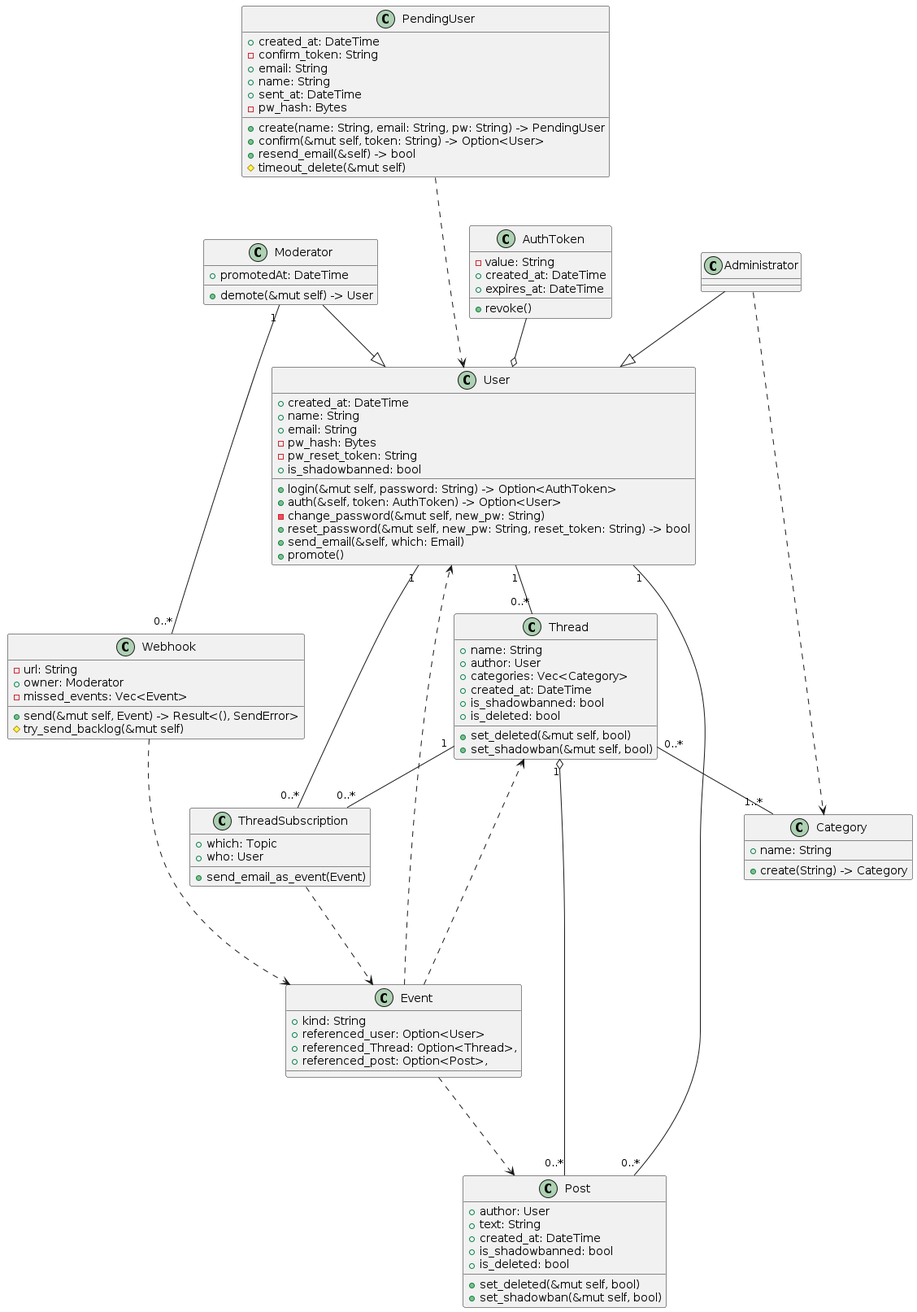
This is diagrams/db-classes.plantuml-rendered.png from danya02/rudn-year3-uml, a PlantUML export, as it was before one commit.
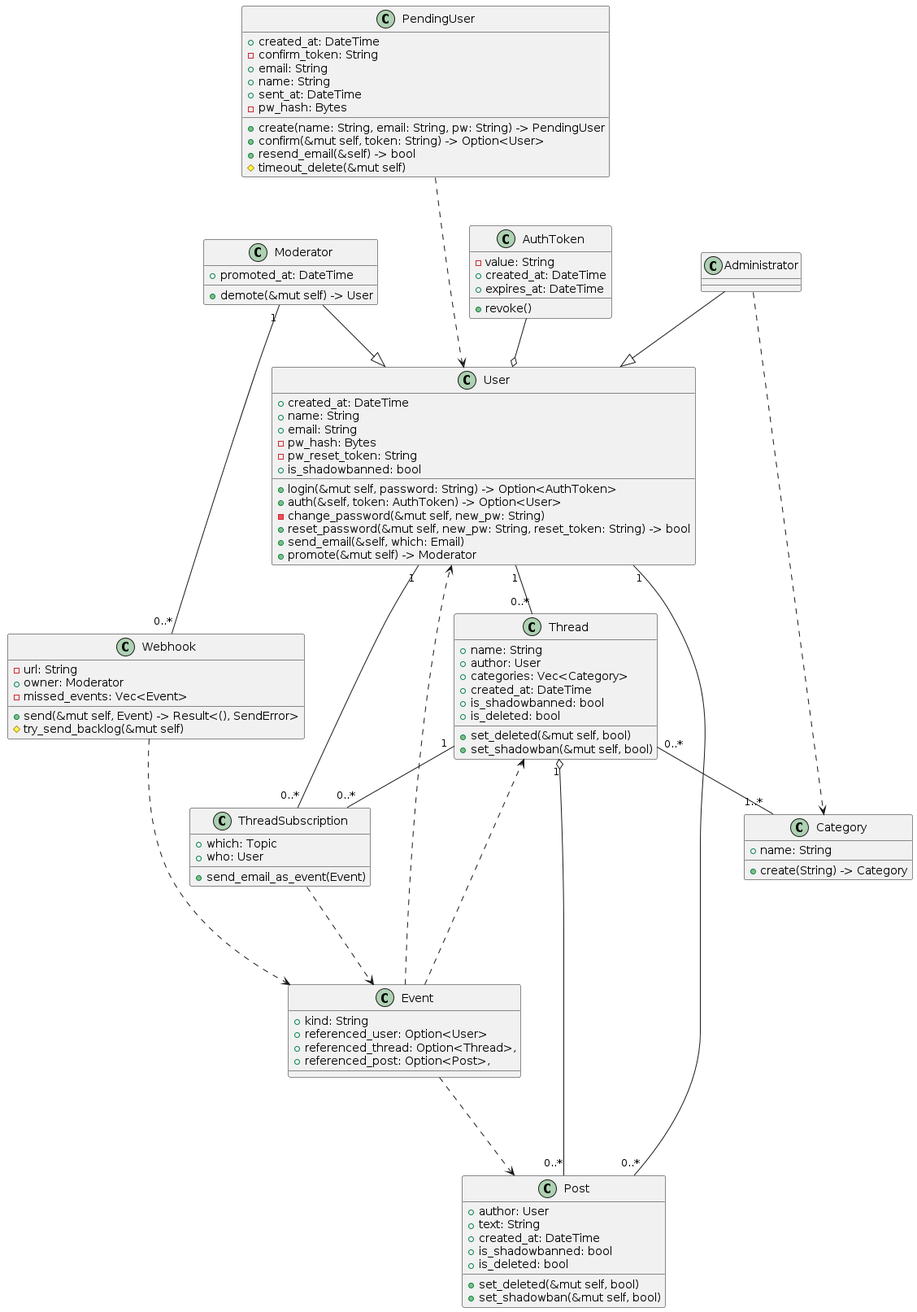
After the commit.

Commit message:
Add class diagram for app server

The edit, as a diff of the source:
```diff
@@ -25,7 +25,7 @@
  + reset_password(&mut self, new_pw: String, reset_token: String) -> bool
  + is_shadowbanned: bool
  + send_email(&self, which: Email)
- + promote()
+ + promote(&mut self) -> Moderator
 }
 
 PendingUser ..-> User
@@ -83,7 +83,7 @@
 
 Moderator --|> User
 class Moderator {
- + promotedAt: DateTime
+ + promoted_at: DateTime
  + demote(&mut self) -> User
 }
 
@@ -100,7 +100,7 @@
 class Event {
   + kind: String
   + referenced_user: Option<User>
-  + referenced_Thread: Option<Thread>,
+  + referenced_thread: Option<Thread>,
   + referenced_post: Option<Post>,
 }
 
```
